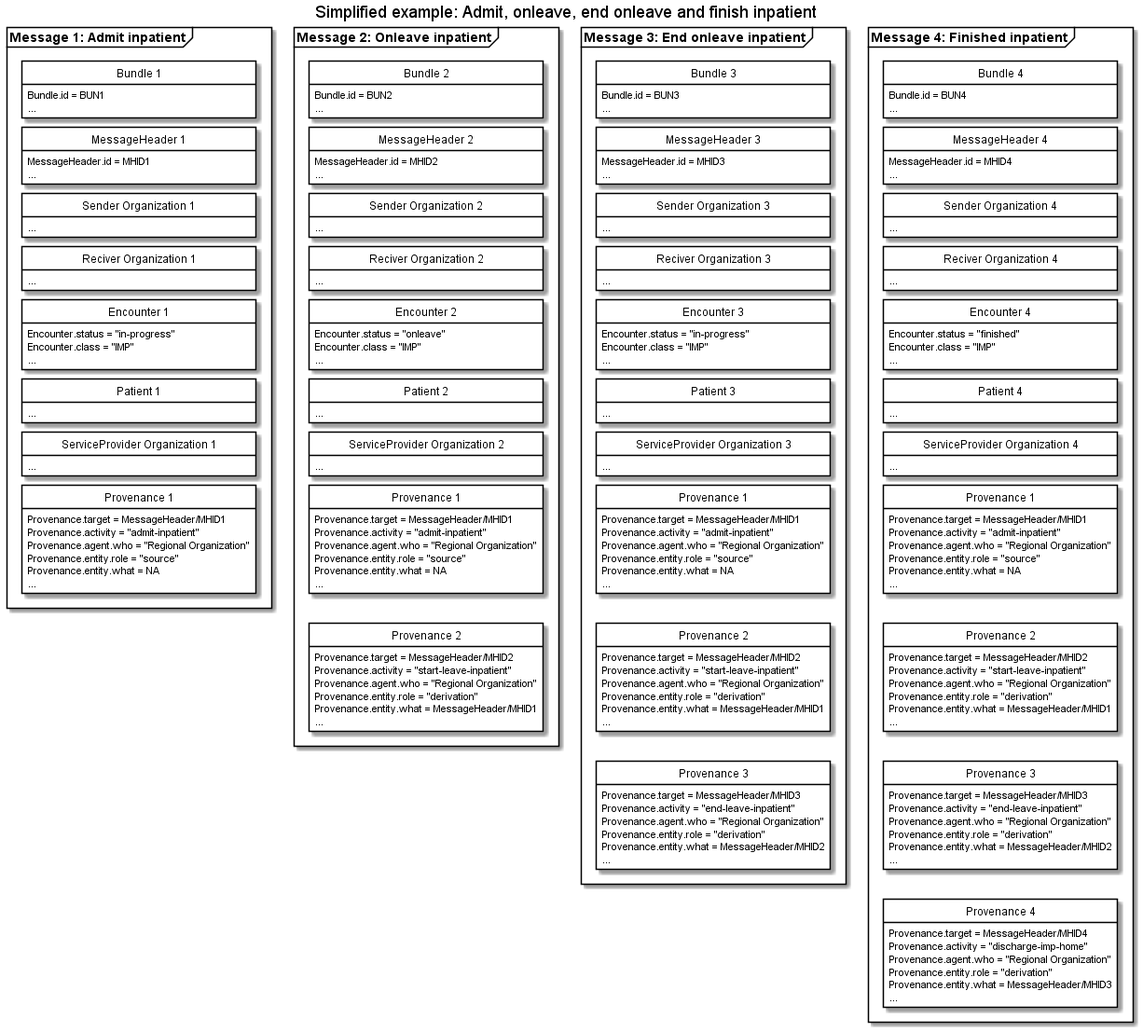
Earlier version of the PlantUML export input/images/hospitalnotification/HNAdmitOnleaveEndFinish.png (medcomdk/dk-medcom-hospitalnotification).
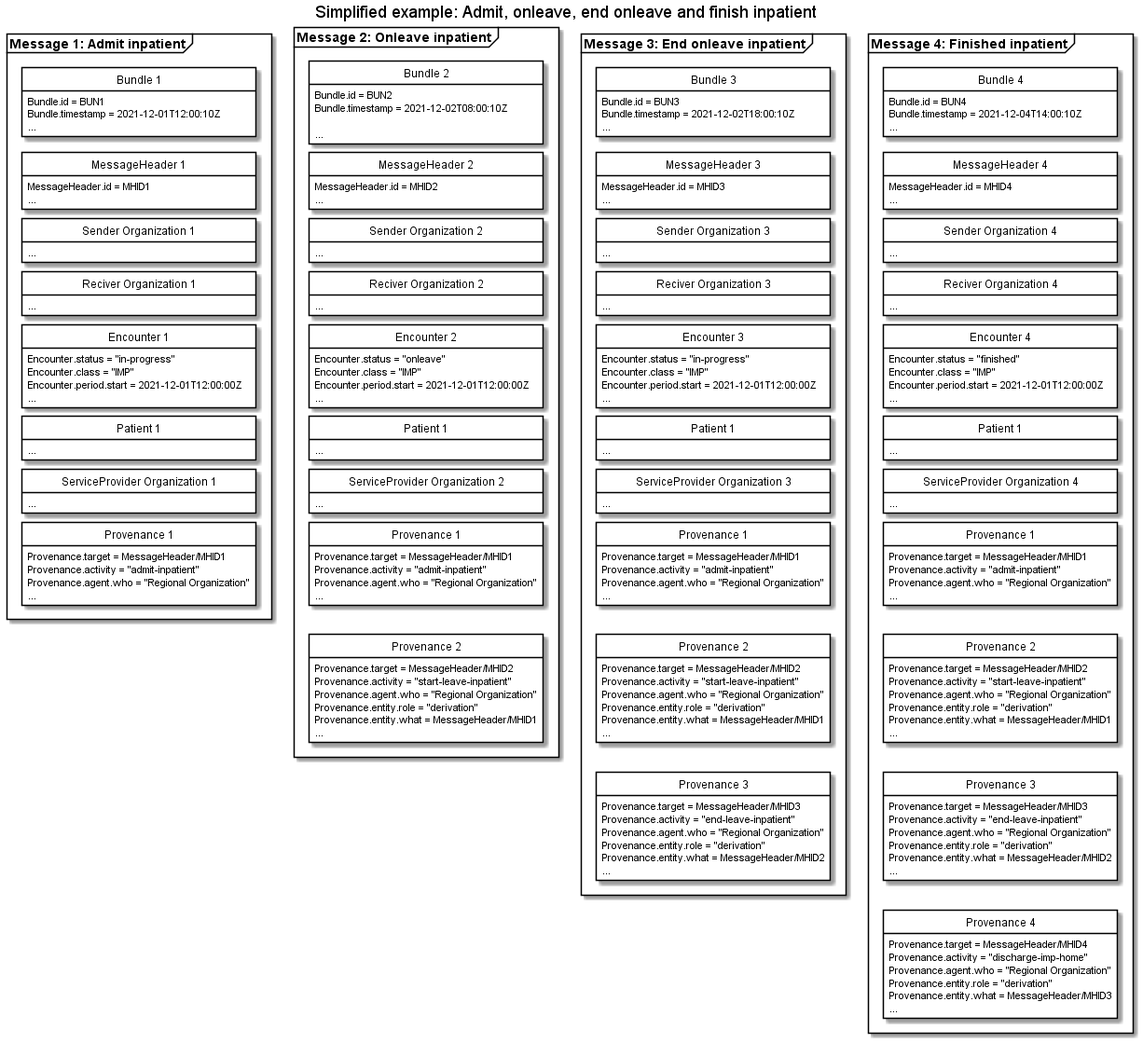
The same diagram one commit later.

Change to the diagram source:
```diff
@@ -17,6 +17,7 @@
 package "Message 1: Admit inpatient" as admit <<Frame>>{
     class "Bundle 1" as admitB {
         Bundle.id = BUN1
+        Bundle.timestamp = 2021-12-01T12:00:10Z
         ...
     }
     class "MessageHeader 1" as admitMH{
@@ -32,6 +33,7 @@
     class "Encounter 1" as admitENC{
         Encounter.status = "in-progress"
         Encounter.class = "IMP"
+        Encounter.period.start = 2021-12-01T12:00:00Z
         ...
     }
     class "Patient 1" as admitPT{
@@ -44,8 +46,6 @@
         Provenance.target = MessageHeader/MHID1
         Provenance.activity = "admit-inpatient"
         Provenance.agent.who = "Regional Organization"
-        Provenance.entity.role = "source"
-        Provenance.entity.what = NA
         ...
     }
 
@@ -64,6 +64,8 @@
 package "Message 2: Onleave inpatient" as Onleave <<Frame>> {
     class "Bundle 2" as onleaveB {
         Bundle.id = BUN2
+        Bundle.timestamp = 2021-12-02T08:00:10Z
+
         ...
     }
     class "MessageHeader 2" as onleaveMH{
@@ -79,9 +81,10 @@
     class "Encounter 2" as onleaveENC{
         Encounter.status = "onleave"
         Encounter.class = "IMP"
+        Encounter.period.start = 2021-12-01T12:00:00Z
         ...
     }
-    class "Patient 2" as onleavePT{
+    class "Patient 1" as onleavePT{
         ...
     }
     class "ServiceProvider Organization 2" as onleaveSPOrg{
@@ -91,8 +94,6 @@
         Provenance.target = MessageHeader/MHID1
         Provenance.activity = "admit-inpatient"
         Provenance.agent.who = "Regional Organization"
-        Provenance.entity.role = "source"
-        Provenance.entity.what = NA
         ...
     }
     class "Provenance 2" as onleavePRO{
@@ -117,6 +118,7 @@
 package "Message 3: End onleave inpatient" as endOnleave <<Frame>> {
     class "Bundle 3" as endOnleaveB {
         Bundle.id = BUN3
+        Bundle.timestamp = 2021-12-02T18:00:10Z
         ...
     }
     class "MessageHeader 3" as endOnleaveMH{
@@ -132,9 +134,10 @@
     class "Encounter 3" as endOnleaveENC{
         Encounter.status = "in-progress"
         Encounter.class = "IMP"
+        Encounter.period.start = 2021-12-01T12:00:00Z
         ...
     }
-    class "Patient 3" as endOnleavePT{
+    class "Patient 1" as endOnleavePT{
         ...
     }
     class "ServiceProvider Organization 3" as endOnleaveSPOrg{
@@ -144,8 +147,6 @@
         Provenance.target = MessageHeader/MHID1
         Provenance.activity = "admit-inpatient"
         Provenance.agent.who = "Regional Organization"
-        Provenance.entity.role = "source"
-        Provenance.entity.what = NA
         ...
     }
     class "Provenance 2" as onleaveendOnleavePRO{
@@ -180,6 +181,7 @@
 package "Message 4: Finished inpatient" as finished <<Frame>> {
     class "Bundle 4" as finishedB {
         Bundle.id = BUN4
+        Bundle.timestamp = 2021-12-04T14:00:10Z
         ...
     }
     class "MessageHeader 4" as finishedMH{
@@ -195,9 +197,10 @@
     class "Encounter 4" as finishedENC{
         Encounter.status = "finished"
         Encounter.class = "IMP"
+        Encounter.period.start = 2021-12-01T12:00:00Z
         ...
     }
-    class "Patient 4" as finishedPT{
+    class "Patient 1" as finishedPT{
         ...
     }
     class "ServiceProvider Organization 4" as finishedSPOrg{
@@ -207,8 +210,6 @@
         Provenance.target = MessageHeader/MHID1
         Provenance.activity = "admit-inpatient"
         Provenance.agent.who = "Regional Organization"
-        Provenance.entity.role = "source"
-        Provenance.entity.what = NA
         ...
     }
     class "Provenance 2" as onleavefinishedPRO{
```
